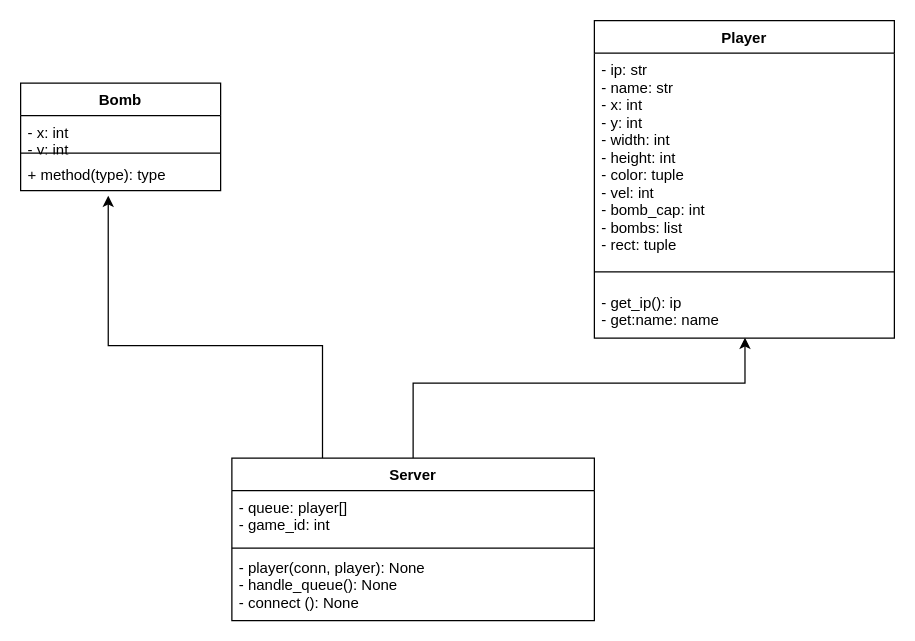
Above: .drawio in Truntaler/TM-Project (draw.io), before the change. Source tidied: cells renumbered, new cells numbered last; positions are measured from the earlier drawing's top-left corner, leaving out a move shared by most shapes. Both pictures are drawn from the tidied source at 125%, with x=0, y=0 at pixel (20, 20).
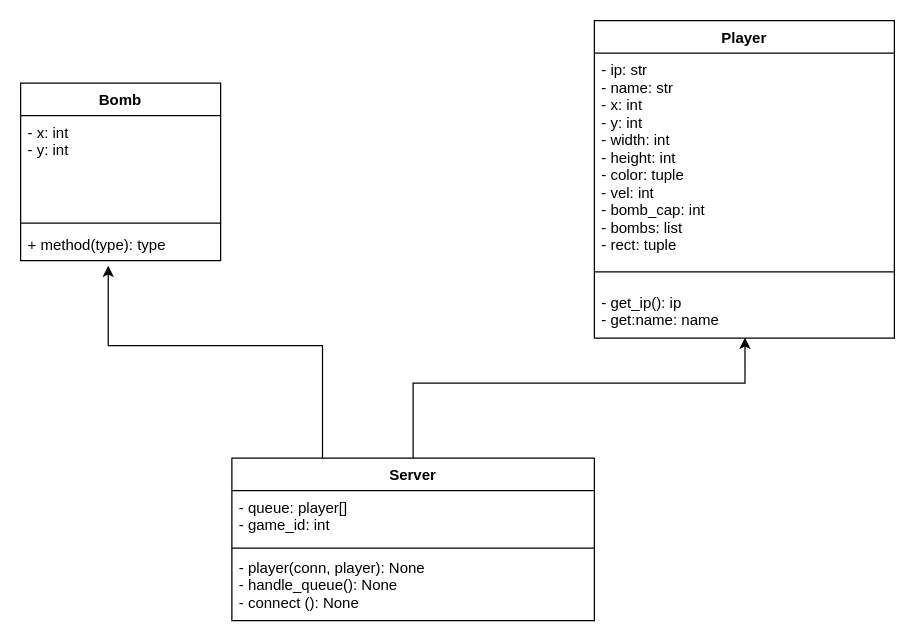
After the change.

Commit message:
server_4/ zusammen

Diff of the diagram source:
```diff
@@
     <mxCell id="13" value="Bomb" style="swimlane;fontStyle=1;align=center;verticalAlign=top;horizontal=1;startSize=26;" parent="1" vertex="1">
-      <mxGeometry y="50" width="160" height="86" as="geometry" />
+      <mxGeometry y="50" width="160" height="142" as="geometry" />
     </mxCell>
-    <mxCell id="14" value="- x: int&#10;- y: int" style="text;strokeColor=none;fillColor=none;align=left;verticalAlign=top;spacingLeft=4;spacingRight=4;overflow=hidden;" parent="13" vertex="1">
-      <mxGeometry y="26" width="160" height="26" as="geometry" />
+    <mxCell id="14" value="- x: int&#10;- y: int&#10;" style="text;strokeColor=none;fillColor=none;align=left;verticalAlign=top;spacingLeft=4;spacingRight=4;overflow=hidden;" parent="13" vertex="1">
+      <mxGeometry y="26" width="160" height="82" as="geometry" />
     </mxCell>
     <mxCell id="15" style="line;strokeWidth=1;fillColor=none;align=left;verticalAlign=middle;spacingTop=-1;spacingLeft=3;spacingRight=3;labelPosition=right;" parent="13" vertex="1">
-      <mxGeometry y="52" width="160" height="8" as="geometry" />
+      <mxGeometry y="108" width="160" height="8" as="geometry" />
     </mxCell>
     <mxCell id="16" value="+ method(type): type" style="text;strokeColor=none;fillColor=none;align=left;verticalAlign=top;spacingLeft=4;spacingRight=4;overflow=hidden;points=[[0,0.5],[1,0.5]];portConstraint=eastwest;" parent="13" vertex="1">
-      <mxGeometry y="60" width="160" height="26" as="geometry" />
+      <mxGeometry y="116" width="160" height="26" as="geometry" />
     </mxCell>
```
